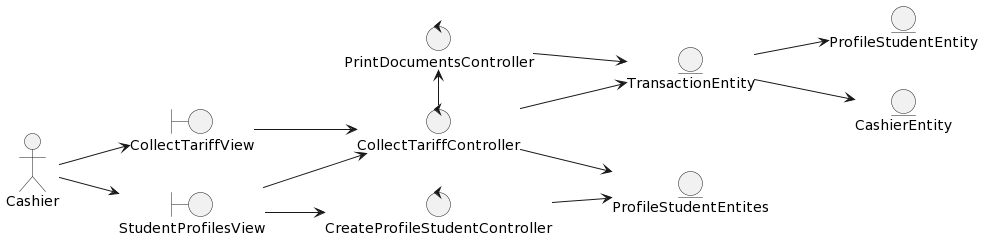
The PlantUML diagram out/DesignView/AnalysisView/UseCaseAnalysis/CU03.CollectTariffs/Classes.CU03.Analysis.png in wsmcbl/wsmcbl.doc, before a commit.
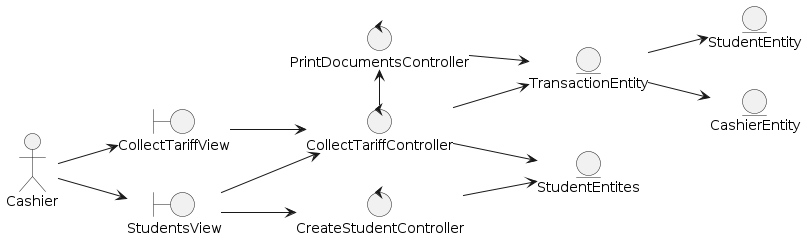
After the commit.

Commit message:
Feat: Update analysis of Model classes.

Change to the diagram source:
```diff
@@ -4,33 +4,34 @@
 actor Cashier
 
 boundary CollectTariffView
-boundary StudentProfilesView
+boundary StudentsView
 
 control CollectTariffController
-control CreateProfileStudentController
+control CreateStudentController
 control PrintDocumentsController
 
-entity ProfileStudentEntity
-entity ProfileStudentEntites
+entity StudentEntity
+entity StudentEntites
 entity TransactionEntity
 entity CashierEntity
 
 
 
 Cashier --> CollectTariffView
-Cashier --> StudentProfilesView
+Cashier --> StudentsView
 
 CollectTariffView --> CollectTariffController
-StudentProfilesView --> CollectTariffController
-StudentProfilesView --> CreateProfileStudentController
+StudentsView --> CollectTariffController
+StudentsView --> CreateStudentController
 
-CollectTariffController --> ProfileStudentEntites
+CollectTariffController --> StudentEntites
 CollectTariffController --> TransactionEntity
 CollectTariffController -left-> PrintDocumentsController
 
-CreateProfileStudentController --> ProfileStudentEntites
+CreateStudentController --> StudentEntites
 PrintDocumentsController --> TransactionEntity
 
 TransactionEntity --> CashierEntity
-TransactionEntity --> ProfileStudentEntity
+TransactionEntity --> StudentEntity
+
 @enduml
```
